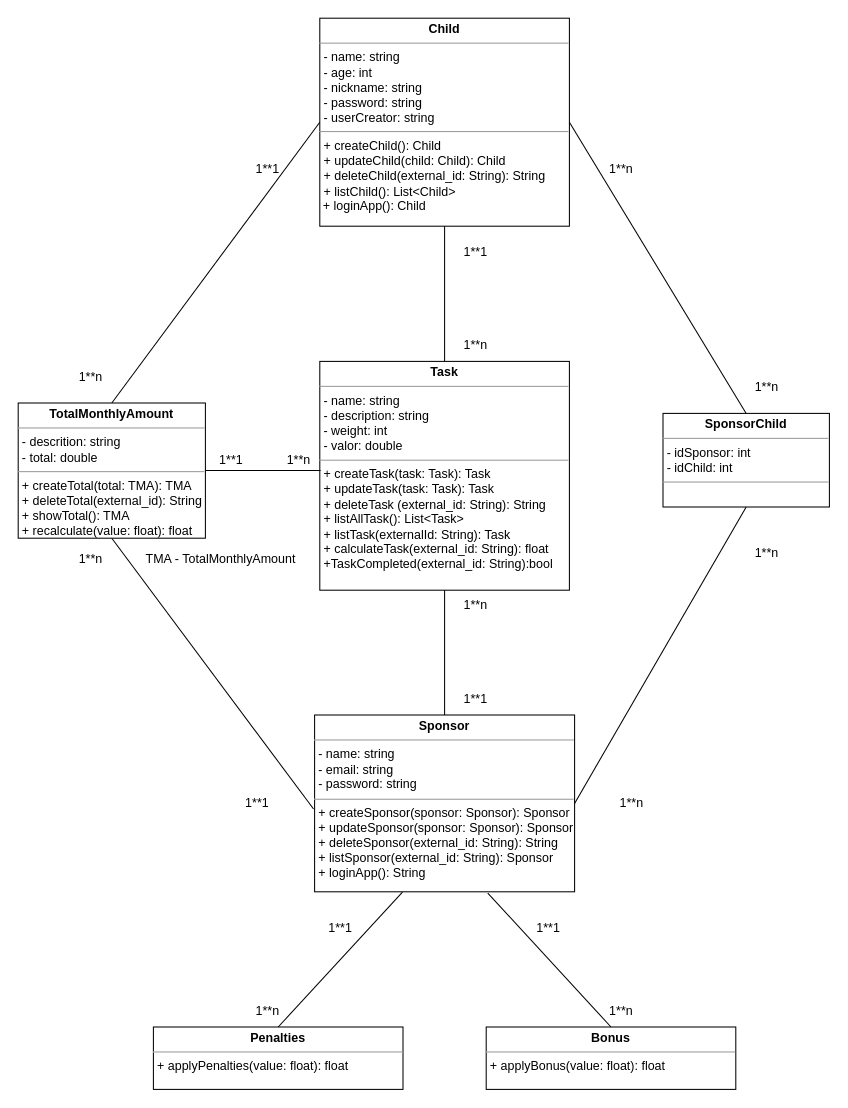
The draw.io diagram diagrama-de-classes/diagrama-de-classes.drawio in Matheus-Juliao/Projeto-Modelagem-De-Sistemas, before the edit. Source tidied: cells renumbered, new cells numbered last; positions are measured from the earlier drawing's top-left corner, leaving out a move shared by most shapes. Both pictures are drawn from the tidied source at 104%, with x=0, y=0 at pixel (18, 18).
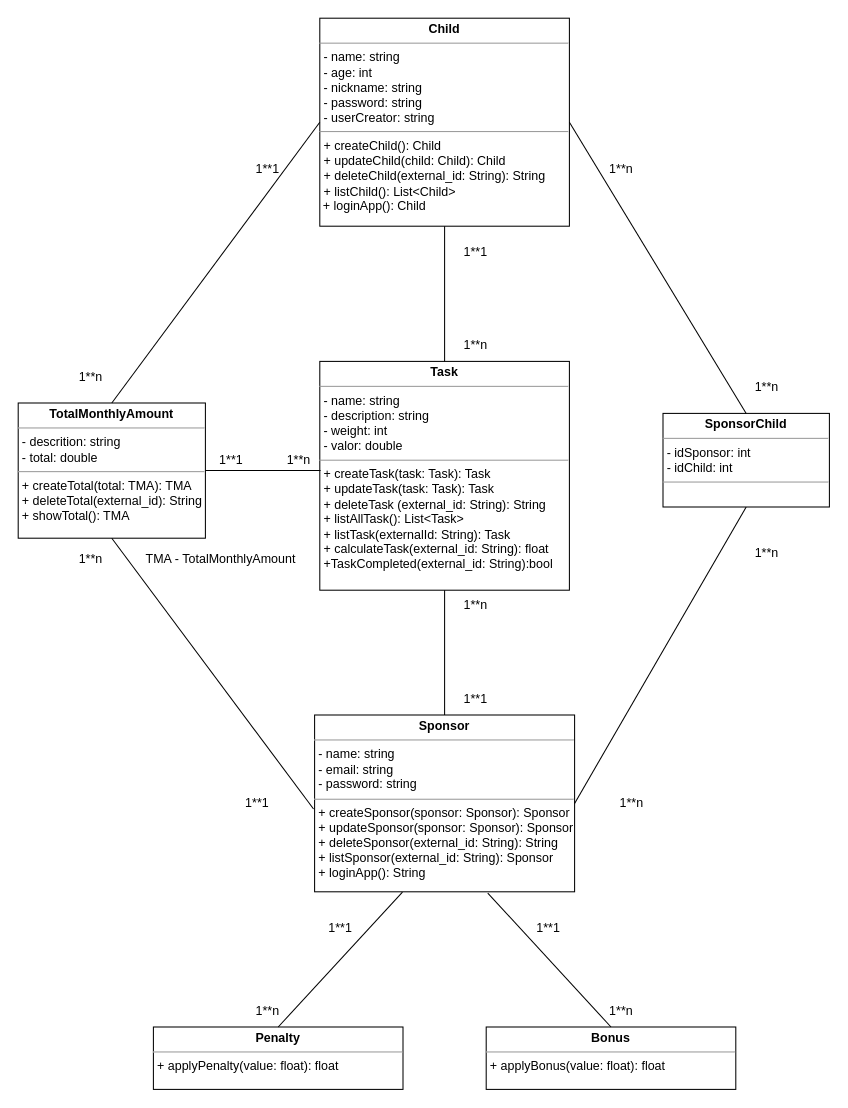
After the change.

Diff of the diagram source:
```diff
@@
-    <mxCell id="5" value="&lt;p style=&quot;margin:0px;margin-top:4px;text-align:center;&quot;&gt;&lt;b&gt;TotalMonthlyAmount&lt;/b&gt;&lt;br&gt;&lt;/p&gt;&lt;hr size=&quot;1&quot;&gt;&lt;p style=&quot;margin:0px;margin-left:4px;&quot;&gt;&lt;span style=&quot;background-color: initial;&quot;&gt;- descrition: string&lt;/span&gt;&lt;br&gt;&lt;/p&gt;&lt;p style=&quot;margin:0px;margin-left:4px;&quot;&gt;- total: double&lt;/p&gt;&lt;hr size=&quot;1&quot;&gt;&lt;p style=&quot;margin:0px;margin-left:4px;&quot;&gt;+ createTotal(total: TMA): TMA&lt;/p&gt;&lt;p style=&quot;margin:0px;margin-left:4px;&quot;&gt;+ deleteTotal(external_id): String&lt;/p&gt;&lt;p style=&quot;margin:0px;margin-left:4px;&quot;&gt;+ showTotal(): TMA&lt;br&gt;&lt;/p&gt;&lt;p style=&quot;margin:0px;margin-left:4px;&quot;&gt;+&amp;nbsp;recalculate(value: float): float&lt;br&gt;&lt;/p&gt;" style="verticalAlign=top;align=left;overflow=fill;fontSize=12;fontFamily=Helvetica;html=1;whiteSpace=wrap;" parent="1" vertex="1">
+    <mxCell id="5" value="&lt;p style=&quot;margin:0px;margin-top:4px;text-align:center;&quot;&gt;&lt;b&gt;TotalMonthlyAmount&lt;/b&gt;&lt;br&gt;&lt;/p&gt;&lt;hr size=&quot;1&quot;&gt;&lt;p style=&quot;margin:0px;margin-left:4px;&quot;&gt;&lt;span style=&quot;background-color: initial;&quot;&gt;- descrition: string&lt;/span&gt;&lt;br&gt;&lt;/p&gt;&lt;p style=&quot;margin:0px;margin-left:4px;&quot;&gt;- total: double&lt;/p&gt;&lt;hr size=&quot;1&quot;&gt;&lt;p style=&quot;margin:0px;margin-left:4px;&quot;&gt;+ createTotal(total: TMA): TMA&lt;/p&gt;&lt;p style=&quot;margin:0px;margin-left:4px;&quot;&gt;+ deleteTotal(external_id): String&lt;/p&gt;&lt;p style=&quot;margin:0px;margin-left:4px;&quot;&gt;+ showTotal(): TMA&lt;/p&gt;" style="verticalAlign=top;align=left;overflow=fill;fontSize=12;fontFamily=Helvetica;html=1;whiteSpace=wrap;" parent="1" vertex="1">
       <mxGeometry y="370" width="180" height="130" as="geometry" />
     </mxCell>
@@
-    <mxCell id="7" value="&lt;p style=&quot;margin:0px;margin-top:4px;text-align:center;&quot;&gt;&lt;b&gt;Penalties&lt;/b&gt;&lt;br&gt;&lt;/p&gt;&lt;hr size=&quot;1&quot;&gt;&lt;p style=&quot;margin:0px;margin-left:4px;&quot;&gt;&lt;/p&gt;&lt;p style=&quot;margin:0px;margin-left:4px;&quot;&gt;+ apply&lt;span style=&quot;border-color: var(--border-color); text-align: center;&quot;&gt;Penalties&lt;/span&gt;(value: float): float&lt;/p&gt;&lt;p style=&quot;margin:0px;margin-left:4px;&quot;&gt;&lt;br&gt;&lt;/p&gt;&lt;p style=&quot;margin:0px;margin-left:4px;&quot;&gt;&lt;br&gt;&lt;/p&gt;" style="verticalAlign=top;align=left;overflow=fill;fontSize=12;fontFamily=Helvetica;html=1;whiteSpace=wrap;" parent="1" vertex="1">
+    <mxCell id="7" value="&lt;p style=&quot;margin:0px;margin-top:4px;text-align:center;&quot;&gt;&lt;b&gt;Penalty&lt;/b&gt;&lt;br&gt;&lt;/p&gt;&lt;hr size=&quot;1&quot;&gt;&lt;p style=&quot;margin:0px;margin-left:4px;&quot;&gt;&lt;/p&gt;&lt;p style=&quot;margin:0px;margin-left:4px;&quot;&gt;+ apply&lt;span style=&quot;border-color: var(--border-color); text-align: center;&quot;&gt;Penalty&lt;/span&gt;(value: float): float&lt;/p&gt;&lt;p style=&quot;margin:0px;margin-left:4px;&quot;&gt;&lt;br&gt;&lt;/p&gt;&lt;p style=&quot;margin:0px;margin-left:4px;&quot;&gt;&lt;br&gt;&lt;/p&gt;" style="verticalAlign=top;align=left;overflow=fill;fontSize=12;fontFamily=Helvetica;html=1;whiteSpace=wrap;" parent="1" vertex="1">
       <mxGeometry x="130" y="970" width="240" height="60" as="geometry" />
     </mxCell>
```
